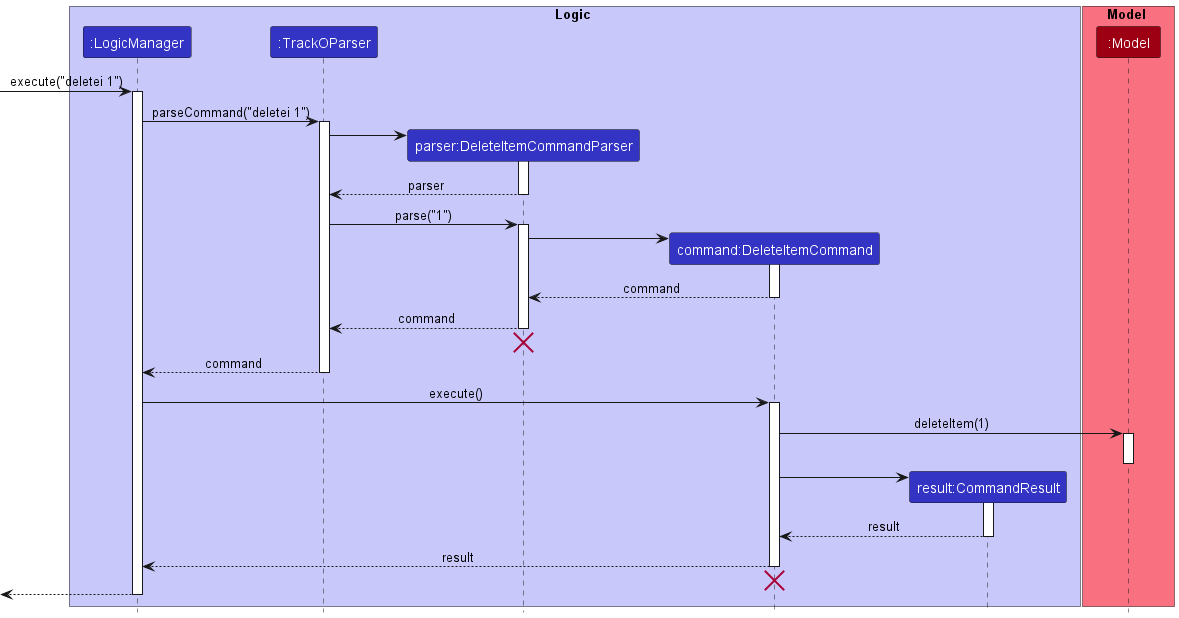
The PlantUML diagram docs/images/developer-guide/DeleteItemSequenceDiagram.png in nus-cs2103-AY2223S1/tp, before a commit. Its diagram source:
```plantuml
@startuml
!include style.puml

box Logic LOGIC_COLOR_T1
participant ":LogicManager" as LogicManager LOGIC_COLOR
participant ":TrackOParser" as TrackOParser LOGIC_COLOR
participant "parser:DeleteItemCommandParser" as DeleteItemCommandParser LOGIC_COLOR
participant "command:DeleteItemCommand" as DeleteItemCommand LOGIC_COLOR
participant "result:CommandResult" as CommandResult LOGIC_COLOR
end box

box Model MODEL_COLOR_T1
participant ":Model" as Model MODEL_COLOR
end box

[-> LogicManager : execute("deletei 1")
activate LogicManager

LogicManager -> TrackOParser : parseCommand("deletei 1")
activate TrackOParser

create DeleteItemCommandParser
TrackOParser -> DeleteItemCommandParser
activate DeleteItemCommandParser

DeleteItemCommandParser --> TrackOParser : parser
deactivate DeleteItemCommandParser

TrackOParser -> DeleteItemCommandParser : parse("1")
activate DeleteItemCommandParser

create DeleteItemCommand
DeleteItemCommandParser -> DeleteItemCommand
activate DeleteItemCommand

DeleteItemCommand --> DeleteItemCommandParser : command
deactivate DeleteItemCommand

DeleteItemCommandParser --> TrackOParser : command
deactivate DeleteItemCommandParser
DeleteItemCommandParser -[hidden]-> TrackOParser
destroy DeleteItemCommandParser

TrackOParser --> LogicManager : command
deactivate TrackOParser

LogicManager -> DeleteItemCommand : execute()
activate DeleteItemCommand

DeleteItemCommand -> Model : deleteItem(1)
activate Model
deactivate Model

create CommandResult
DeleteItemCommand -> CommandResult
activate CommandResult

CommandResult --> DeleteItemCommand : result
deactivate CommandResult

DeleteItemCommand --> LogicManager : result
deactivate DeleteItemCommand
DeleteItemCommand -[hidden]-> TrackOParser
destroy DeleteItemCommand

[<--LogicManager
deactivate LogicManager
@enduml
```
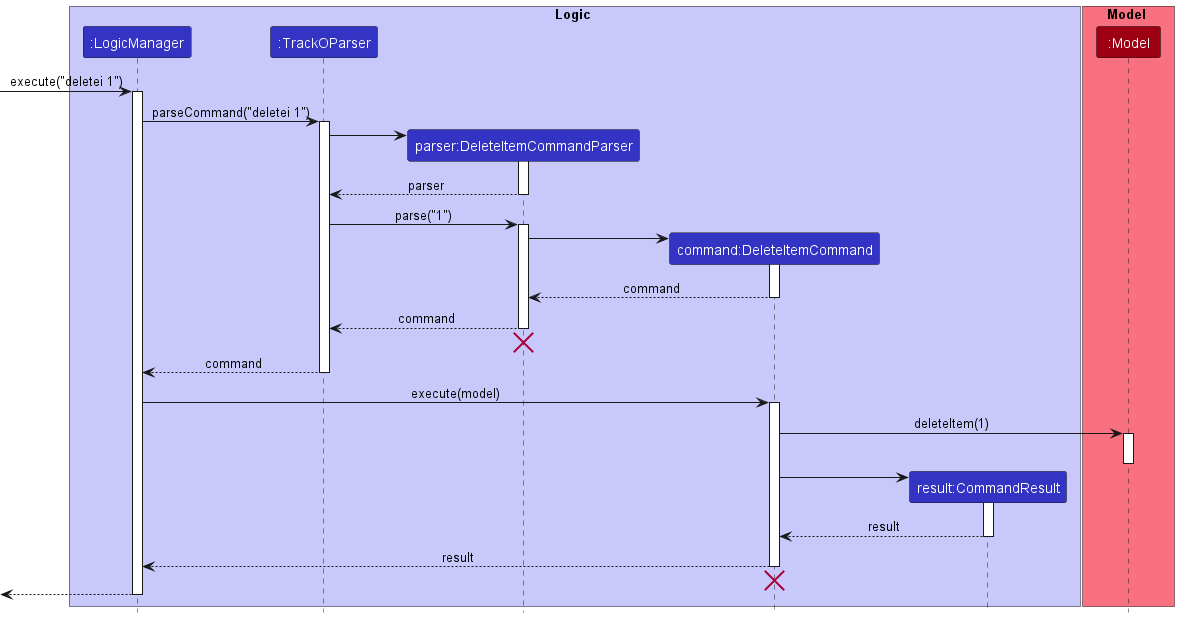
The same diagram one commit later.

Diff of the diagram source:
```diff
@@ -44,7 +44,7 @@
 TrackOParser --> LogicManager : command
 deactivate TrackOParser
 
-LogicManager -> DeleteItemCommand : execute()
+LogicManager -> DeleteItemCommand : execute(model)
 activate DeleteItemCommand
 
 DeleteItemCommand -> Model : deleteItem(1)
```
